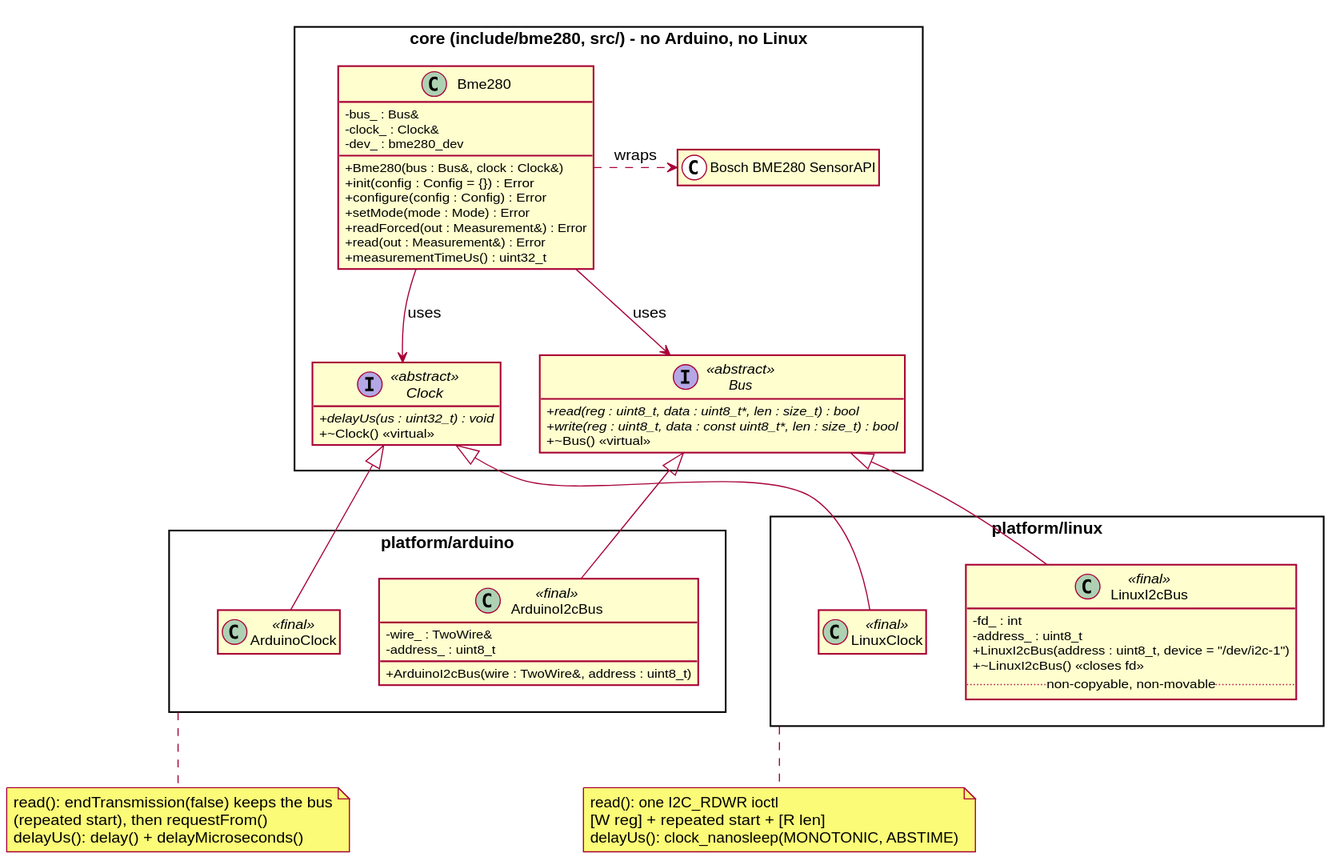
Above: docs/week4_class_diagram.svg in CAMorarCirco-code/Ander_PROG5 (PlantUML), before the change. Source of this version:
```plantuml
@startuml week4_class_diagram
skinparam classAttributeIconSize 0
skinparam packageStyle rectangle
skinparam shadowing false
hide empty members

package "core  (include/bme280, src/)  - no Arduino, no Linux" as core {
  interface Bus <<abstract>> {
    + {abstract} read(reg : uint8_t, data : uint8_t*, len : size_t) : bool
    + {abstract} write(reg : uint8_t, data : const uint8_t*, len : size_t) : bool
    + ~Bus()  <<virtual>>
  }
  interface Clock <<abstract>> {
    + {abstract} delayUs(us : uint32_t) : void
    + ~Clock()  <<virtual>>
  }
  class Bme280 {
    - bus_ : Bus&
    - clock_ : Clock&
    - dev_ : bme280_dev
    + Bme280(bus : Bus&, clock : Clock&)
    + init(config : Config = {}) : Error
    + configure(config : Config) : Error
    + setMode(mode : Mode) : Error
    + readForced(out : Measurement&) : Error
    + read(out : Measurement&) : Error
    + measurementTimeUs() : uint32_t
  }
  class "Bosch BME280 SensorAPI" as Bosch <<C, third_party>>
}

package "platform/arduino" as arduino {
  class ArduinoI2cBus <<final>> {
    - wire_ : TwoWire&
    - address_ : uint8_t
    + ArduinoI2cBus(wire : TwoWire&, address : uint8_t)
  }
  class ArduinoClock <<final>>
}

package "platform/linux" as linux {
  class LinuxI2cBus <<final>> {
    - fd_ : int
    - address_ : uint8_t
    + LinuxI2cBus(address : uint8_t, device = "/dev/i2c-1")
    + ~LinuxI2cBus()  <<closes fd>>
    .. non-copyable, non-movable ..
  }
  class LinuxClock <<final>>
}

Bme280 -down-> Bus   : uses
Bme280 -down-> Clock : uses
Bme280 .right.> Bosch : wraps

ArduinoI2cBus -up-|> Bus
LinuxI2cBus   -up-|> Bus
ArduinoClock  -up-|> Clock
LinuxClock    -up-|> Clock

note bottom of linux
  read(): one I2C_RDWR ioctl
  [W reg] + repeated start + [R len]
  delayUs(): clock_nanosleep(MONOTONIC, ABSTIME)
end note
note bottom of arduino
  read(): endTransmission(false) keeps the bus
  (repeated start), then requestFrom()
  delayUs(): delay() + delayMicroseconds()
end note
@enduml
```
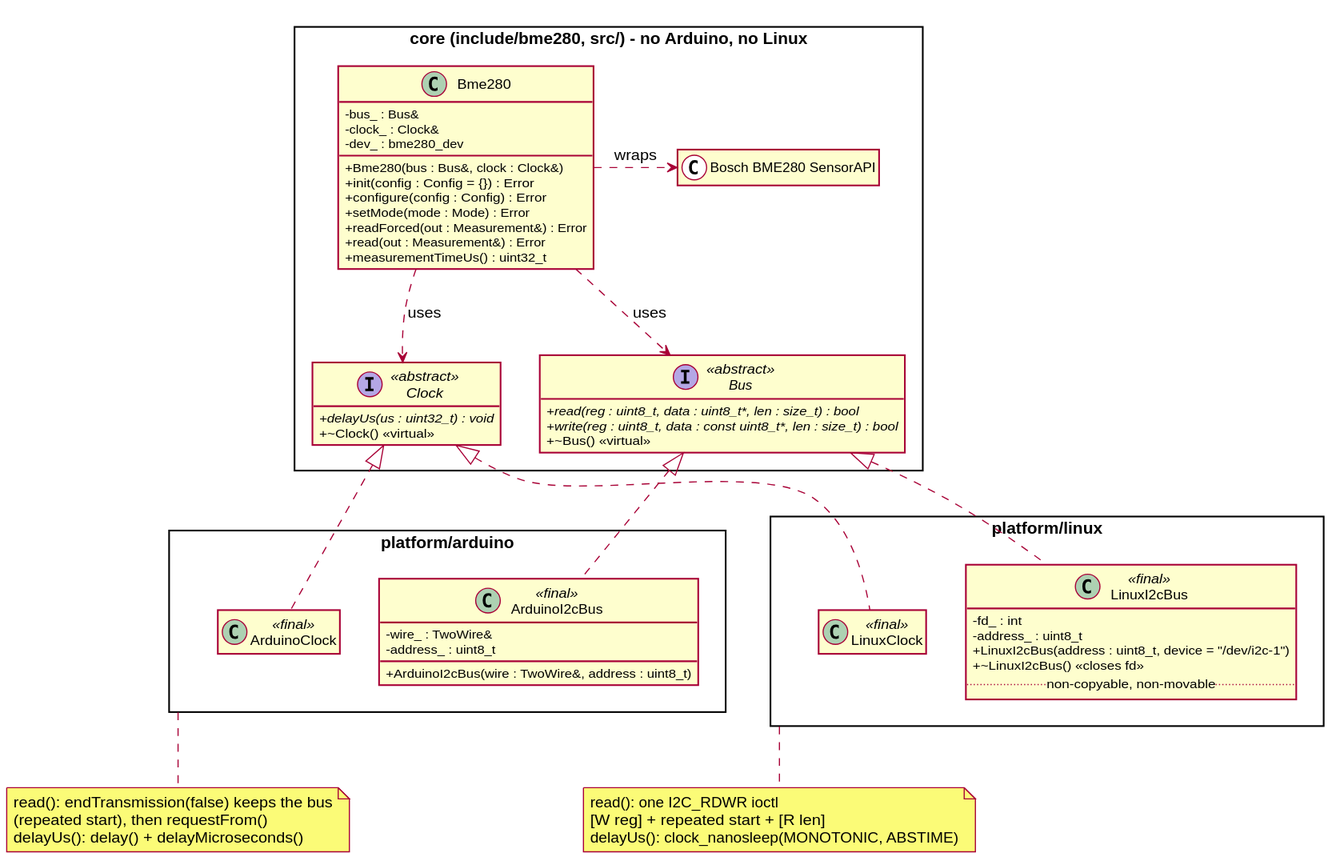
Later version of the same file.

Commit message:
Docs: restore Week 3 Design section, dashed UML arrows in Week 4 diagram

The edit, as a diff of the source:
```diff
@@ -49,14 +49,14 @@
   class LinuxClock <<final>>
 }
 
-Bme280 -down-> Bus   : uses
-Bme280 -down-> Clock : uses
+Bme280 .down.> Bus   : uses
+Bme280 .down.> Clock : uses
 Bme280 .right.> Bosch : wraps
 
-ArduinoI2cBus -up-|> Bus
-LinuxI2cBus   -up-|> Bus
-ArduinoClock  -up-|> Clock
-LinuxClock    -up-|> Clock
+ArduinoI2cBus .up.|> Bus
+LinuxI2cBus   .up.|> Bus
+ArduinoClock  .up.|> Clock
+LinuxClock    .up.|> Clock
 
 note bottom of linux
   read(): one I2C_RDWR ioctl
```
